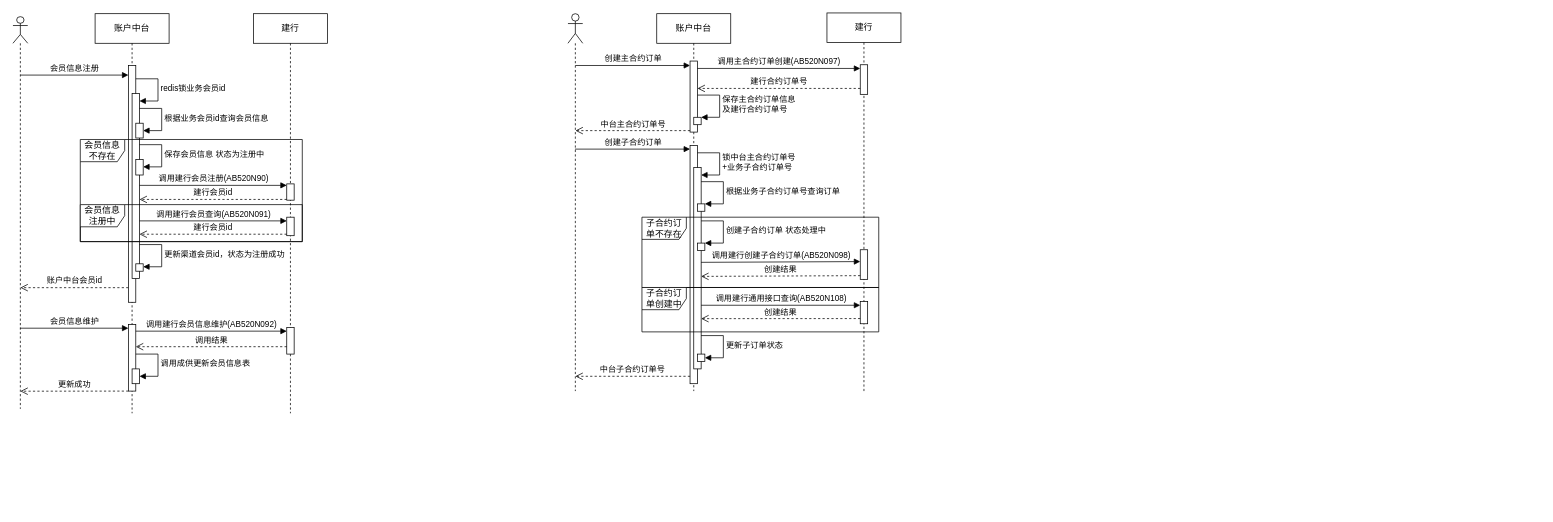
Before: 融担账户中台.drawio in eltweiyao/app-diagrams, a draw.io diagram. Source tidied: cells renumbered, new cells numbered last; positions are measured from the earlier drawing's top-left corner, leaving out a move shared by most shapes. Both pictures are drawn from the tidied source at 74%, with x=0, y=0 at pixel (13, 13).
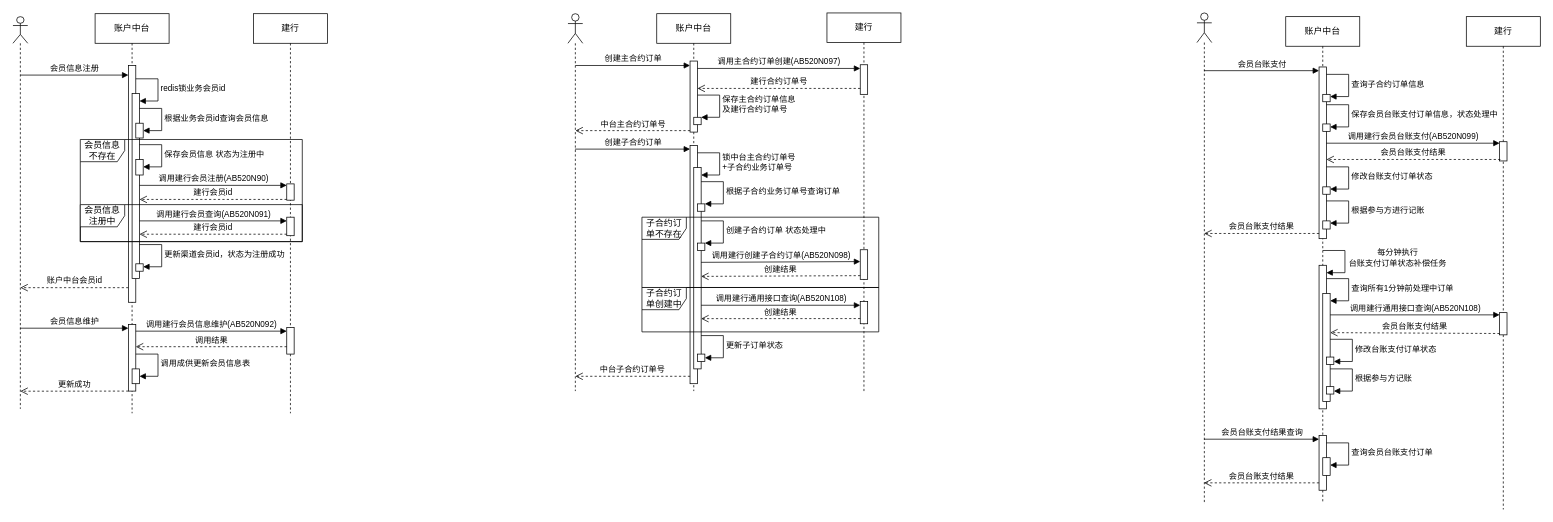
The same page after the edit.

Commit message:
更新融担账户中台.drawio

Unchanged cells that the change refers to:
```xml
<mxCell id="30" value="账户中台" style="shape=umlLifeline;perimeter=lifelinePerimeter;whiteSpace=wrap;html=1;newEdgeStyle={&quot;curved&quot;:0,&quot;rounded&quot;:0};" parent="1" vertex="1">
  <mxGeometry x="870" y="1" width="100" height="510" as="geometry" />
</mxCell>
<mxCell id="35" style="html=1;points=[[0,0,0,0,5],[0,1,0,0,-5],[1,0,0,0,5],[1,1,0,0,-5]];perimeter=orthogonalPerimeter;outlineConnect=0;targetShapes=umlLifeline;portConstraint=eastwest;newEdgeStyle={&quot;curved&quot;:0,&quot;rounded&quot;:0};" parent="30" vertex="1">
  <mxGeometry x="50" y="208" width="10" height="272" as="geometry" />
</mxCell>
<mxCell id="37" style="html=1;points=[[0,0,0,0,5],[0,1,0,0,-5],[1,0,0,0,5],[1,1,0,0,-5]];perimeter=orthogonalPerimeter;outlineConnect=0;targetShapes=umlLifeline;portConstraint=eastwest;newEdgeStyle={&quot;curved&quot;:0,&quot;rounded&quot;:0};" parent="30" vertex="1">
  <mxGeometry x="55" y="257" width="10" height="10" as="geometry" />
</mxCell>
```

The edit, as a diff of the source:
```diff
@@
-    <mxCell id="36" value="&lt;span style=&quot;text-align: center;&quot;&gt;锁中台主合约订单号&lt;/span&gt;&lt;div&gt;&lt;span style=&quot;text-align: center;&quot;&gt;+业务子合约订单号&lt;/span&gt;&lt;/div&gt;" style="html=1;align=left;spacingLeft=2;endArrow=block;rounded=0;edgeStyle=orthogonalEdgeStyle;curved=0;rounded=0;" parent="30" edge="1" target="35">
+    <mxCell id="36" value="&lt;span style=&quot;text-align: center;&quot;&gt;锁中台主合约订单号&lt;/span&gt;&lt;div&gt;&lt;span style=&quot;text-align: center;&quot;&gt;+子合约&lt;/span&gt;&lt;span style=&quot;text-align: center; background-color: light-dark(#ffffff, var(--ge-dark-color, #121212)); color: light-dark(rgb(0, 0, 0), rgb(255, 255, 255));&quot;&gt;业务&lt;/span&gt;&lt;span style=&quot;text-align: center; background-color: light-dark(#ffffff, var(--ge-dark-color, #121212)); color: light-dark(rgb(0, 0, 0), rgb(255, 255, 255));&quot;&gt;订单号&lt;/span&gt;&lt;/div&gt;" style="html=1;align=left;spacingLeft=2;endArrow=block;rounded=0;edgeStyle=orthogonalEdgeStyle;curved=0;rounded=0;" parent="30" edge="1" target="35">
       <mxGeometry relative="1" as="geometry">
         <mxPoint x="55" y="188" as="sourcePoint" />
         <Array as="points">
           <mxPoint x="85" y="218" />
         </Array>
       </mxGeometry>
     </mxCell>
@@
-    <mxCell id="38" value="根据业务子合约订单号查询订单" style="html=1;align=left;spacingLeft=2;endArrow=block;rounded=0;edgeStyle=orthogonalEdgeStyle;curved=0;rounded=0;" parent="30" edge="1" target="37">
+    <mxCell id="38" value="根据子合约业务订单号查询订单" style="html=1;align=left;spacingLeft=2;endArrow=block;rounded=0;edgeStyle=orthogonalEdgeStyle;curved=0;rounded=0;" parent="30" edge="1" target="37">
       <mxGeometry relative="1" as="geometry">
         <mxPoint x="60" y="227" as="sourcePoint" />
         <Array as="points">
           <mxPoint x="90" y="257" />
         </Array>
       </mxGeometry>
     </mxCell>
@@
+    <mxCell id="62" style="shape=umlLifeline;perimeter=lifelinePerimeter;whiteSpace=wrap;html=1;outlineConnect=0;portConstraint=eastwest;newEdgeStyle={&quot;curved&quot;:0,&quot;rounded&quot;:0};participant=umlActor;" parent="1" vertex="1">
+      <mxGeometry x="1600" width="20" height="661" as="geometry" />
+    </mxCell>
+    <mxCell id="63" value="账户中台" style="shape=umlLifeline;perimeter=lifelinePerimeter;whiteSpace=wrap;html=1;newEdgeStyle={&quot;curved&quot;:0,&quot;rounded&quot;:0};" parent="1" vertex="1">
+      <mxGeometry x="1720" y="5" width="100" height="656" as="geometry" />
+    </mxCell>
+    <mxCell id="64" style="html=1;points=[[0,0,0,0,5],[0,1,0,0,-5],[1,0,0,0,5],[1,1,0,0,-5]];perimeter=orthogonalPerimeter;outlineConnect=0;targetShapes=umlLifeline;portConstraint=eastwest;newEdgeStyle={&quot;curved&quot;:0,&quot;rounded&quot;:0};" parent="63" vertex="1">
+      <mxGeometry x="45" y="68" width="10" height="232" as="geometry" />
+    </mxCell>
+    <mxCell id="65" style="html=1;points=[[0,0,0,0,5],[0,1,0,0,-5],[1,0,0,0,5],[1,1,0,0,-5]];perimeter=orthogonalPerimeter;outlineConnect=0;targetShapes=umlLifeline;portConstraint=eastwest;newEdgeStyle={&quot;curved&quot;:0,&quot;rounded&quot;:0};" parent="63" vertex="1">
+      <mxGeometry x="50" y="105" width="10" height="10" as="geometry" />
+    </mxCell>
+    <mxCell id="66" value="查询子合约订单信息" style="html=1;align=left;spacingLeft=2;endArrow=block;rounded=0;edgeStyle=orthogonalEdgeStyle;curved=0;rounded=0;" parent="63" edge="1" target="65">
+      <mxGeometry relative="1" as="geometry">
+        <mxPoint x="55" y="78" as="sourcePoint" />
+        <Array as="points">
+          <mxPoint x="85" y="108" />
+        </Array>
+      </mxGeometry>
+    </mxCell>
+    <mxCell id="67" style="html=1;perimeter=orthogonalPerimeter;targetShapes=umlLifeline;newEdgeStyle={&quot;curved&quot;:0,&quot;rounded&quot;:0};" parent="63" vertex="1">
+      <mxGeometry x="50" y="145" width="10" height="10" as="geometry" />
+    </mxCell>
+    <mxCell id="68" value="保存会员台账支付订单信息，状态处理中" style="html=1;align=left;spacingLeft=2;endArrow=block;rounded=0;edgeStyle=orthogonalEdgeStyle;curved=0;rounded=0;" parent="63" edge="1">
+      <mxGeometry x="0.01" relative="1" as="geometry">
+        <mxPoint x="55" y="119" as="sourcePoint" />
+        <mxPoint x="60" y="149" as="targetPoint" />
+        <Array as="points">
+          <mxPoint x="85" y="149" />
+        </Array>
+      </mxGeometry>
+    </mxCell>
+    <mxCell id="69" style="html=1;points=[[0,0,0,0,5],[0,1,0,0,-5],[1,0,0,0,5],[1,1,0,0,-5]];perimeter=orthogonalPerimeter;outlineConnect=0;targetShapes=umlLifeline;portConstraint=eastwest;newEdgeStyle={&quot;curved&quot;:0,&quot;rounded&quot;:0};" parent="63" vertex="1">
+      <mxGeometry x="50" y="230" width="10" height="10" as="geometry" />
+    </mxCell>
+    <mxCell id="70" value="修改台账支付订单状态" style="html=1;align=left;spacingLeft=2;endArrow=block;rounded=0;edgeStyle=orthogonalEdgeStyle;curved=0;rounded=0;" parent="63" edge="1" target="69">
+      <mxGeometry relative="1" as="geometry">
+        <mxPoint x="55" y="203" as="sourcePoint" />
+        <Array as="points">
+          <mxPoint x="85" y="233" />
+        </Array>
+      </mxGeometry>
+    </mxCell>
+    <mxCell id="71" style="html=1;points=[[0,0,0,0,5],[0,1,0,0,-5],[1,0,0,0,5],[1,1,0,0,-5]];perimeter=orthogonalPerimeter;outlineConnect=0;targetShapes=umlLifeline;portConstraint=eastwest;newEdgeStyle={&quot;curved&quot;:0,&quot;rounded&quot;:0};" parent="63" vertex="1">
+      <mxGeometry x="50" y="276" width="10" height="11" as="geometry" />
+    </mxCell>
+    <mxCell id="72" value="根据参与方进行记账" style="html=1;align=left;spacingLeft=2;endArrow=block;rounded=0;edgeStyle=orthogonalEdgeStyle;curved=0;rounded=0;" parent="63" edge="1" target="71">
+      <mxGeometry relative="1" as="geometry">
+        <mxPoint x="55" y="249" as="sourcePoint" />
+        <Array as="points">
+          <mxPoint x="85" y="279" />
+        </Array>
+      </mxGeometry>
+    </mxCell>
+    <mxCell id="73" style="html=1;points=[[0,0,0,0,5],[0,1,0,0,-5],[1,0,0,0,5],[1,1,0,0,-5]];perimeter=orthogonalPerimeter;outlineConnect=0;targetShapes=umlLifeline;portConstraint=eastwest;newEdgeStyle={&quot;curved&quot;:0,&quot;rounded&quot;:0};" parent="63" vertex="1">
+      <mxGeometry x="45" y="336" width="10" height="194" as="geometry" />
+    </mxCell>
+    <mxCell id="74" style="html=1;align=left;spacingLeft=2;endArrow=block;rounded=0;edgeStyle=orthogonalEdgeStyle;curved=0;rounded=0;" parent="63" edge="1" target="73">
+      <mxGeometry relative="1" as="geometry">
+        <mxPoint x="50" y="316" as="sourcePoint" />
+        <Array as="points">
+          <mxPoint x="80" y="346" />
+        </Array>
+      </mxGeometry>
+    </mxCell>
+    <mxCell id="75" value="每分钟执行&lt;div&gt;台账支付订单状态补偿任务&lt;/div&gt;" style="edgeLabel;html=1;align=center;verticalAlign=middle;" parent="74" vertex="1">
+      <mxGeometry x="-0.08" y="2" relative="1" as="geometry">
+        <mxPoint x="68" as="offset" />
+      </mxGeometry>
+    </mxCell>
+    <mxCell id="76" style="html=1;points=[[0,0,0,0,5],[0,1,0,0,-5],[1,0,0,0,5],[1,1,0,0,-5]];perimeter=orthogonalPerimeter;outlineConnect=0;targetShapes=umlLifeline;portConstraint=eastwest;newEdgeStyle={&quot;curved&quot;:0,&quot;rounded&quot;:0};" parent="63" vertex="1">
+      <mxGeometry x="50" y="374" width="10" height="146" as="geometry" />
+    </mxCell>
+    <mxCell id="77" value="查询所有1分钟前处理中订单" style="html=1;align=left;spacingLeft=2;endArrow=block;rounded=0;edgeStyle=orthogonalEdgeStyle;curved=0;rounded=0;" parent="63" edge="1" target="76">
+      <mxGeometry relative="1" as="geometry">
+        <mxPoint x="55" y="354" as="sourcePoint" />
+        <Array as="points">
+          <mxPoint x="85" y="384" />
+        </Array>
+      </mxGeometry>
+    </mxCell>
+    <mxCell id="78" style="html=1;points=[[0,0,0,0,5],[0,1,0,0,-5],[1,0,0,0,5],[1,1,0,0,-5]];perimeter=orthogonalPerimeter;outlineConnect=0;targetShapes=umlLifeline;portConstraint=eastwest;newEdgeStyle={&quot;curved&quot;:0,&quot;rounded&quot;:0};" parent="63" vertex="1">
+      <mxGeometry x="55" y="460" width="10" height="10" as="geometry" />
+    </mxCell>
+    <mxCell id="79" value="修改台账支付订单状态" style="html=1;align=left;spacingLeft=2;endArrow=block;rounded=0;edgeStyle=orthogonalEdgeStyle;curved=0;rounded=0;" parent="63" edge="1" target="78">
+      <mxGeometry relative="1" as="geometry">
+        <mxPoint x="60" y="436" as="sourcePoint" />
+        <Array as="points">
+          <mxPoint x="90" y="466" />
+        </Array>
+      </mxGeometry>
+    </mxCell>
+    <mxCell id="80" style="html=1;points=[[0,0,0,0,5],[0,1,0,0,-5],[1,0,0,0,5],[1,1,0,0,-5]];perimeter=orthogonalPerimeter;outlineConnect=0;targetShapes=umlLifeline;portConstraint=eastwest;newEdgeStyle={&quot;curved&quot;:0,&quot;rounded&quot;:0};" parent="63" vertex="1">
+      <mxGeometry x="55" y="500" width="10" height="10" as="geometry" />
+    </mxCell>
+    <mxCell id="81" value="根据参与方记账" style="html=1;align=left;spacingLeft=2;endArrow=block;rounded=0;edgeStyle=orthogonalEdgeStyle;curved=0;rounded=0;" parent="63" edge="1" target="80">
+      <mxGeometry relative="1" as="geometry">
+        <mxPoint x="60" y="476" as="sourcePoint" />
+        <Array as="points">
+          <mxPoint x="90" y="506" />
+        </Array>
+      </mxGeometry>
+    </mxCell>
+    <mxCell id="82" style="html=1;points=[[0,0,0,0,5],[0,1,0,0,-5],[1,0,0,0,5],[1,1,0,0,-5]];perimeter=orthogonalPerimeter;outlineConnect=0;targetShapes=umlLifeline;portConstraint=eastwest;newEdgeStyle={&quot;curved&quot;:0,&quot;rounded&quot;:0};" parent="63" vertex="1">
+      <mxGeometry x="45" y="566" width="10" height="74" as="geometry" />
+    </mxCell>
+    <mxCell id="83" style="html=1;points=[[0,0,0,0,5],[0,1,0,0,-5],[1,0,0,0,5],[1,1,0,0,-5]];perimeter=orthogonalPerimeter;outlineConnect=0;targetShapes=umlLifeline;portConstraint=eastwest;newEdgeStyle={&quot;curved&quot;:0,&quot;rounded&quot;:0};" parent="63" vertex="1">
+      <mxGeometry x="50" y="596" width="10" height="24" as="geometry" />
+    </mxCell>
+    <mxCell id="84" value="查询会员台账支付订单" style="html=1;align=left;spacingLeft=2;endArrow=block;rounded=0;edgeStyle=orthogonalEdgeStyle;curved=0;rounded=0;" parent="63" edge="1" target="83">
+      <mxGeometry relative="1" as="geometry">
+        <mxPoint x="55" y="576" as="sourcePoint" />
+        <Array as="points">
+          <mxPoint x="85" y="606" />
+        </Array>
+      </mxGeometry>
+    </mxCell>
+    <mxCell id="85" value="建行" style="shape=umlLifeline;perimeter=lifelinePerimeter;whiteSpace=wrap;html=1;newEdgeStyle={&quot;curved&quot;:0,&quot;rounded&quot;:0};" parent="1" vertex="1">
+      <mxGeometry x="1964" y="5" width="100" height="666" as="geometry" />
+    </mxCell>
+    <mxCell id="86" style="html=1;points=[[0,0,0,0,5],[0,1,0,0,-5],[1,0,0,0,5],[1,1,0,0,-5]];perimeter=orthogonalPerimeter;outlineConnect=0;targetShapes=umlLifeline;portConstraint=eastwest;newEdgeStyle={&quot;curved&quot;:0,&quot;rounded&quot;:0};" parent="85" vertex="1">
+      <mxGeometry x="45" y="169" width="10" height="26" as="geometry" />
+    </mxCell>
+    <mxCell id="87" style="html=1;perimeter=orthogonalPerimeter;targetShapes=umlLifeline;newEdgeStyle={&quot;curved&quot;:0,&quot;rounded&quot;:0};" parent="85" vertex="1">
+      <mxGeometry x="45" y="400" width="10" height="30" as="geometry" />
+    </mxCell>
+    <mxCell id="88" value="会员台账支付结果" style="html=1;verticalAlign=bottom;endArrow=open;dashed=1;endSize=8;curved=0;rounded=0;exitX=0;exitY=1;exitDx=0;exitDy=-5;entryX=1;entryY=1;entryDx=0;entryDy=-5;entryPerimeter=0;" parent="85" edge="1">
+      <mxGeometry relative="1" as="geometry">
+        <mxPoint x="45" y="428.2" as="sourcePoint" />
+        <mxPoint x="-184" y="427" as="targetPoint" />
+      </mxGeometry>
+    </mxCell>
+    <mxCell id="89" value="会员台账支付" style="html=1;verticalAlign=bottom;endArrow=block;curved=0;rounded=0;entryX=0;entryY=0;entryDx=0;entryDy=5;" parent="1" edge="1" source="62" target="64">
+      <mxGeometry relative="1" as="geometry" />
+    </mxCell>
+    <mxCell id="90" value="调用建行会员台账支付(AB520N099)" style="html=1;verticalAlign=bottom;endArrow=block;curved=0;rounded=0;" parent="1" edge="1" target="86">
+      <mxGeometry relative="1" as="geometry">
+        <mxPoint x="1775" y="176" as="sourcePoint" />
+      </mxGeometry>
+    </mxCell>
+    <mxCell id="91" value="会员台账支付结果" style="html=1;verticalAlign=bottom;endArrow=open;dashed=1;endSize=8;curved=0;rounded=0;" parent="1" edge="1">
+      <mxGeometry relative="1" as="geometry">
+        <mxPoint x="2010" y="198" as="sourcePoint" />
+        <mxPoint x="1775" y="198" as="targetPoint" />
+      </mxGeometry>
+    </mxCell>
+    <mxCell id="92" value="会员台账支付结果" style="html=1;verticalAlign=bottom;endArrow=open;dashed=1;endSize=8;curved=0;rounded=0;" parent="1" edge="1">
+      <mxGeometry relative="1" as="geometry">
+        <mxPoint x="1765" y="298" as="sourcePoint" />
+        <mxPoint x="1609.8" y="298" as="targetPoint" />
+      </mxGeometry>
+    </mxCell>
+    <mxCell id="93" value="调用建行通用接口查询(AB520N108)" style="html=1;verticalAlign=bottom;endArrow=block;curved=0;rounded=0;entryX=0;entryY=0;entryDx=0;entryDy=5;" parent="1" edge="1">
+      <mxGeometry relative="1" as="geometry">
+        <mxPoint x="1780" y="408" as="sourcePoint" />
+        <mxPoint x="2009" y="408" as="targetPoint" />
+      </mxGeometry>
+    </mxCell>
+    <mxCell id="94" value="会员台账支付结果查询" style="html=1;verticalAlign=bottom;endArrow=block;curved=0;rounded=0;entryX=0;entryY=0;entryDx=0;entryDy=5;" parent="1" edge="1" source="62" target="82">
+      <mxGeometry relative="1" as="geometry" />
+    </mxCell>
+    <mxCell id="95" value="会员台账支付结果" style="html=1;verticalAlign=bottom;endArrow=open;dashed=1;endSize=8;curved=0;rounded=0;exitX=0;exitY=1;exitDx=0;exitDy=-5;" parent="1" edge="1">
+      <mxGeometry relative="1" as="geometry">
+        <mxPoint x="1765" y="635" as="sourcePoint" />
+        <mxPoint x="1609.5" y="635" as="targetPoint" />
+      </mxGeometry>
+    </mxCell>
```
